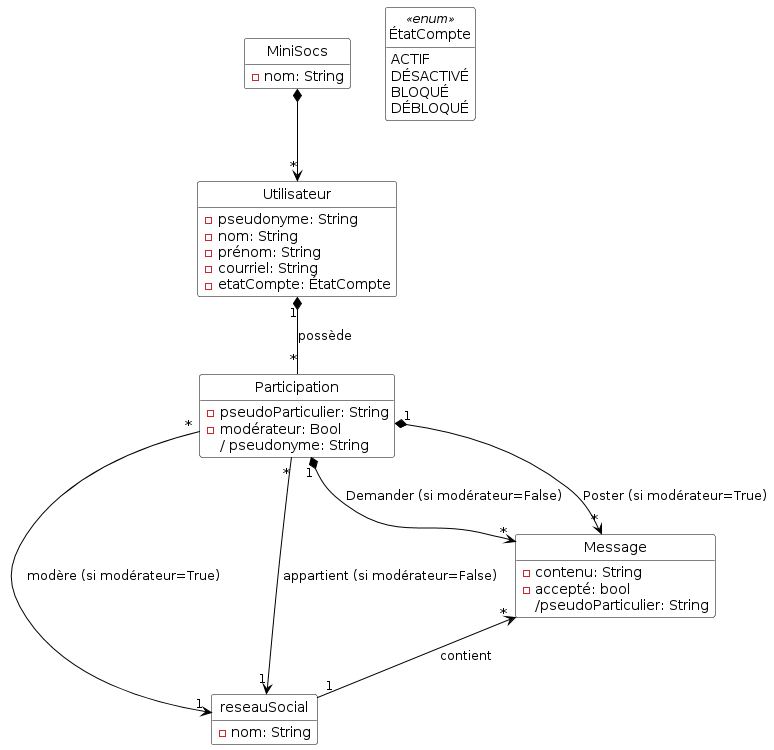
Before: Diagrammes/minisocs_uml_diag_classes_sans_notif.png, a diagram exported from PlantUML (lukalafaye/MiniSocs).
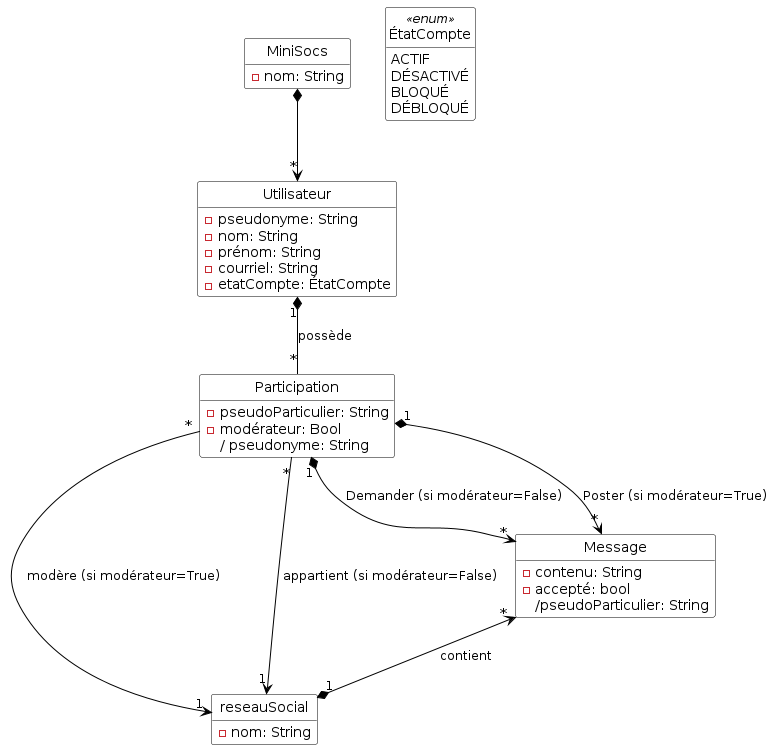
Later version of the same file.

Commit message:
Correction Erreur Diagramme de classe

The edit, as a diff of the source:
```diff
@@ -49,7 +49,7 @@
 Participation "*" --> "1" reseauSocial: appartient (si modérateur=False)
 Participation "1" *--> "*" Message: Demander (si modérateur=False)
 Participation "1" *--> "*" Message: Poster (si modérateur=True)
-Message "*" <-- "1" reseauSocial: contient
+Message "*" <--* "1" reseauSocial: contient
 
 
 @enduml
```
